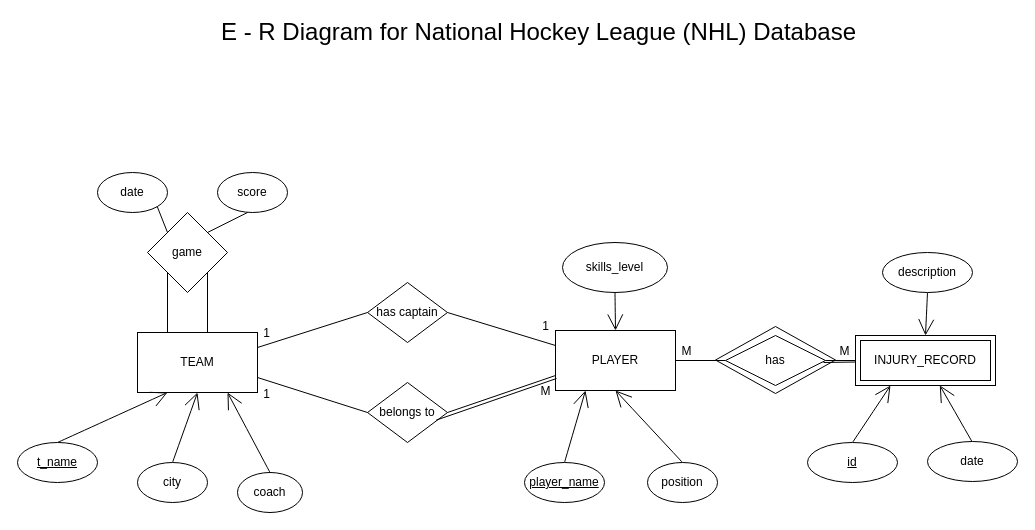
Above: Untitled Diagram.drawio in R0HITKUMAR/dbms_lab (draw.io), before the change. Source tidied: cells renumbered, new cells numbered last; positions are measured from the earlier drawing's top-left corner, leaving out a move shared by most shapes. Both pictures are drawn from the tidied source at 100%, with x=0, y=0 at pixel (17, 20).
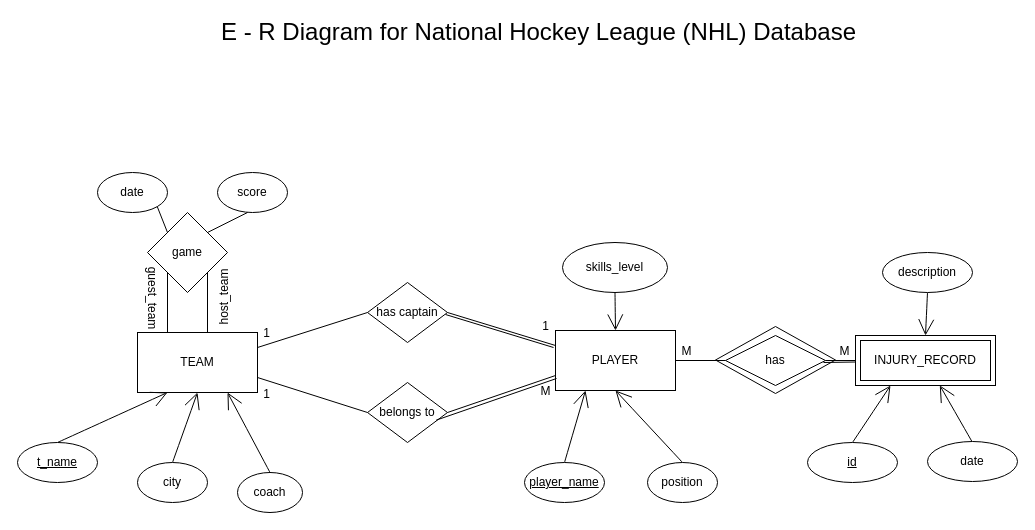
The same page after the edit.

Diff of the diagram source:
```diff
@@
+    <mxCell id="49" value="host_team" style="text;html=1;align=center;verticalAlign=middle;strokeColor=none;fillColor=none;rotation=-90;" parent="1" vertex="1">
+      <mxGeometry x="174" y="268" width="66" height="18" as="geometry" />
+    </mxCell>
+    <mxCell id="50" value="guest_team" style="text;html=1;align=center;verticalAlign=middle;strokeColor=none;fillColor=none;rotation=90;" parent="1" vertex="1">
+      <mxGeometry x="98" y="268" width="73" height="18" as="geometry" />
+    </mxCell>
+    <mxCell id="51" style="endArrow=none;html=1;startSize=14;endSize=14;sourcePerimeterSpacing=8;targetPerimeterSpacing=8;entryX=0;entryY=0.25;entryDx=0;entryDy=0;exitX=1;exitY=0.5;exitDx=0;exitDy=0;" parent="1" edge="1">
+      <mxGeometry relative="1" as="geometry">
+        <mxPoint x="428" y="294" as="sourcePoint" />
+        <mxPoint x="536" y="327" as="targetPoint" />
+      </mxGeometry>
+    </mxCell>
```
